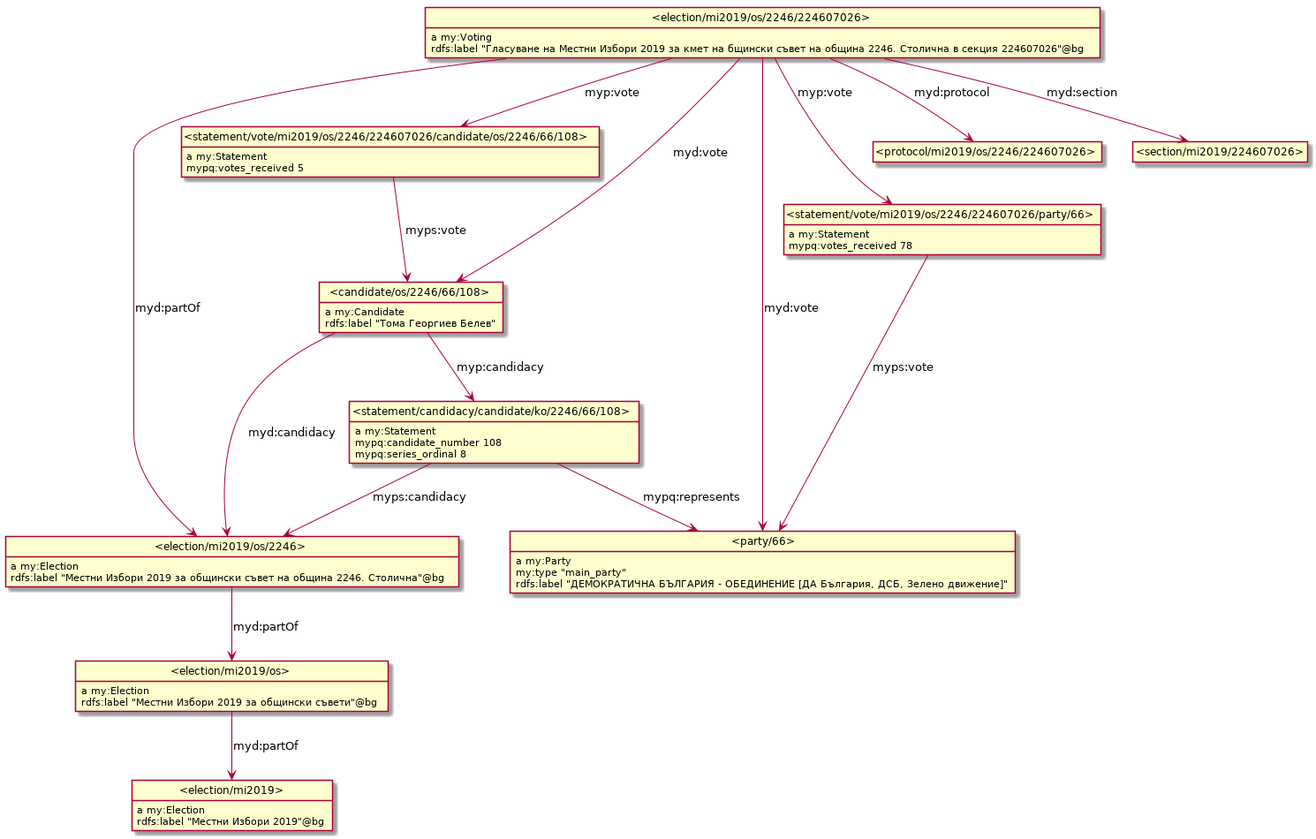
This is model/localModel_os.png from nikolatulechki/semanticElections, a PlantUML export, as it was before one commit.
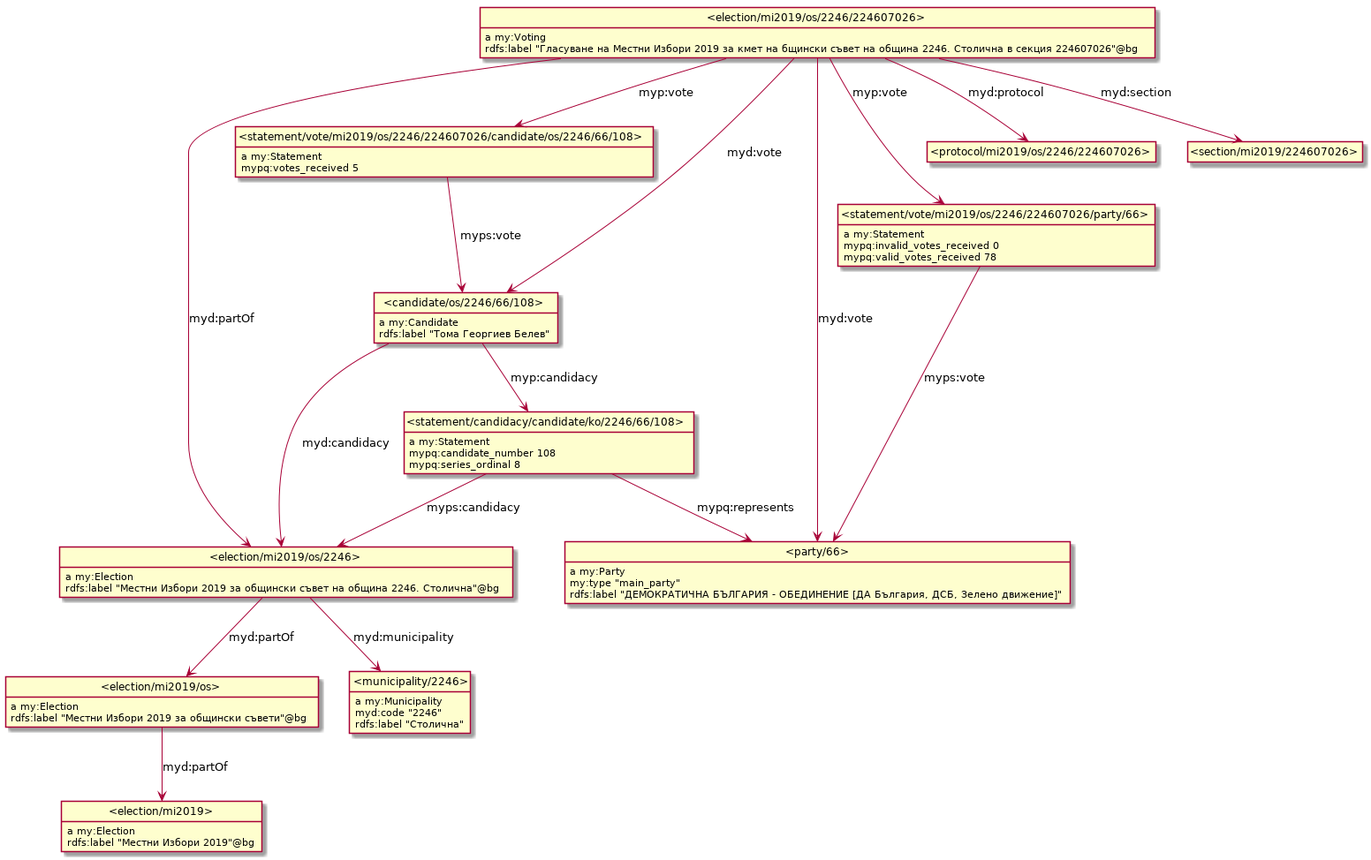
After the change.

The edit, as a diff of the source:
```diff
@@ -19,6 +19,8 @@
 _election_mi2019_os_ : rdfs:label "Местни Избори 2019 за общински съвети"@bg
 _election_mi2019_os_2246_ : a my:Election
 _election_mi2019_os_2246_ -down-> _election_mi2019_os_ : myd:partOf
+class _municipality_2246_ as "<municipality/2246>"
+_election_mi2019_os_2246_ -down-> _municipality_2246_ : myd:municipality
 _election_mi2019_os_2246_ : rdfs:label "Местни Избори 2019 за общински съвет на община 2246. Столична"@bg
 class _election_mi2019_os_2246_224607026_ as "<election/mi2019/os/2246/224607026>"
 _election_mi2019_os_2246_224607026_ : a my:Voting
@@ -35,6 +37,9 @@
 class _statement_vote_mi2019_os_2246_224607026_party_66_ as "<statement/vote/mi2019/os/2246/224607026/party/66>"
 _election_mi2019_os_2246_224607026_ -down-> _statement_vote_mi2019_os_2246_224607026_party_66_ : myp:vote
 _election_mi2019_os_2246_224607026_ : rdfs:label "Гласуване на Местни Избори 2019 за кмет на бщински съвет на община 2246. Столична в секция 224607026"@bg
+_municipality_2246_ : a my:Municipality
+_municipality_2246_ : myd:code "2246"
+_municipality_2246_ : rdfs:label "Столична"
 _party_66_ : a my:Party
 _party_66_ : my:type "main_party"
 _party_66_ : rdfs:label "ДЕМОКРАТИЧНА БЪЛГАРИЯ - ОБЕДИНЕНИЕ [ДА България, ДСБ, Зелено движение]"
@@ -48,5 +53,6 @@
 _statement_vote_mi2019_os_2246_224607026_candidate_os_2246_66_108_ : mypq:votes_received 5
 _statement_vote_mi2019_os_2246_224607026_party_66_ : a my:Statement
 _statement_vote_mi2019_os_2246_224607026_party_66_ -down-> _party_66_ : myps:vote
-_statement_vote_mi2019_os_2246_224607026_party_66_ : mypq:votes_received 78
+_statement_vote_mi2019_os_2246_224607026_party_66_ : mypq:invalid_votes_received 0
+_statement_vote_mi2019_os_2246_224607026_party_66_ : mypq:valid_votes_received 78
 @enduml
```
